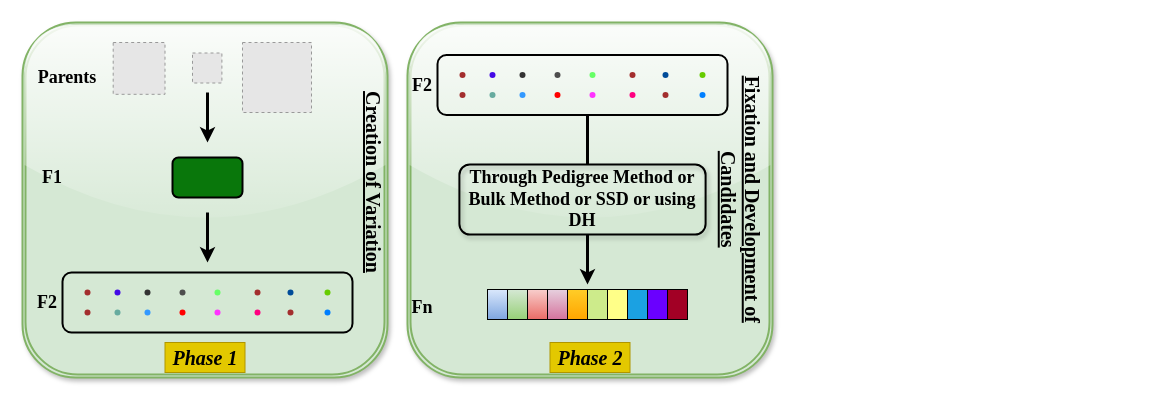
ravindra2859/Figure_Poster keeps this draw.io diagram as vit_presentation.drawio. Above is the earlier version. Source tidied: cells renumbered, new cells numbered last; positions are measured from the earlier drawing's top-left corner, leaving out a move shared by most shapes. Both pictures are drawn from the tidied source at 100%, with x=0, y=0 at pixel (22, 22). Pictures stored in the file or linked from it are replaced by grey dashed boxes.
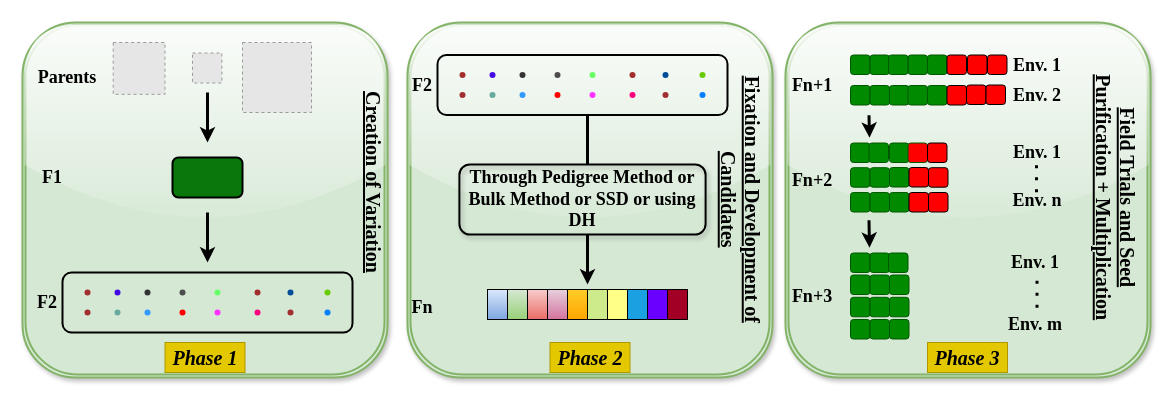
The same page after the edit.

Diff of the diagram source:
```diff
@@
+    <mxCell id="66" style="shape=ext;double=1;rounded=1;whiteSpace=wrap;html=1;strokeWidth=2;strokeColor=#82b366;glass=1;fillColor=#d5e8d4;shadow=1;" parent="1" vertex="1">
+      <mxGeometry x="763" width="365" height="355" as="geometry" />
+    </mxCell>
+    <mxCell id="67" value="&lt;font face=&quot;Times New Roman&quot;&gt;&lt;span style=&quot;font-size: 20px;&quot;&gt;&lt;b&gt;&lt;u&gt;Field Trials and Seed Purification + Multiplication&lt;/u&gt;&lt;/b&gt;&lt;/span&gt;&lt;/font&gt;" style="text;html=1;strokeColor=none;fillColor=none;align=center;verticalAlign=middle;whiteSpace=wrap;rounded=0;rotation=90;" parent="1" vertex="1">
+      <mxGeometry x="965" y="160" width="257.5" height="30" as="geometry" />
+    </mxCell>
+    <mxCell id="68" value="&lt;font style=&quot;font-size: 20px;&quot; face=&quot;Times New Roman&quot;&gt;&lt;b&gt;&lt;i&gt;Phase 3&lt;/i&gt;&lt;/b&gt;&lt;/font&gt;" style="text;html=1;strokeColor=#B09500;fillColor=#e3c800;align=center;verticalAlign=middle;whiteSpace=wrap;rounded=0;rotation=0;strokeWidth=1;fontColor=#000000;" parent="1" vertex="1">
+      <mxGeometry x="905" y="320" width="80" height="30" as="geometry" />
+    </mxCell>
+    <mxCell id="69" style="whiteSpace=wrap;html=1;rounded=1;fillColor=#008a00;fontColor=#ffffff;strokeColor=#005700;" parent="1" vertex="1">
+      <mxGeometry x="828" y="32.5" width="19.5" height="19.5" as="geometry" />
+    </mxCell>
+    <mxCell id="70" style="whiteSpace=wrap;html=1;rounded=1;fillColor=#008a00;fontColor=#ffffff;strokeColor=#005700;" parent="1" vertex="1">
+      <mxGeometry x="847.5" y="32.5" width="19.5" height="19.5" as="geometry" />
+    </mxCell>
+    <mxCell id="71" style="whiteSpace=wrap;html=1;rounded=1;fillColor=#008a00;fontColor=#ffffff;strokeColor=#005700;" parent="1" vertex="1">
+      <mxGeometry x="885.5" y="32.5" width="19.5" height="19.5" as="geometry" />
+    </mxCell>
+    <mxCell id="72" style="whiteSpace=wrap;html=1;rounded=1;fillColor=#008a00;fontColor=#ffffff;strokeColor=#005700;" parent="1" vertex="1">
+      <mxGeometry x="905" y="32.5" width="19.5" height="19.5" as="geometry" />
+    </mxCell>
+    <mxCell id="73" style="whiteSpace=wrap;html=1;rounded=1;fillColor=#FF0000;" parent="1" vertex="1">
+      <mxGeometry x="924.5" y="32.5" width="19.5" height="19.5" as="geometry" />
+    </mxCell>
+    <mxCell id="74" style="whiteSpace=wrap;html=1;rounded=1;fillColor=#FF0000;" parent="1" vertex="1">
+      <mxGeometry x="945" y="32.5" width="19.5" height="19.5" as="geometry" />
+    </mxCell>
+    <mxCell id="75" style="whiteSpace=wrap;html=1;rounded=1;fillColor=#FF0000;" parent="1" vertex="1">
+      <mxGeometry x="965" y="32.5" width="19.5" height="19.5" as="geometry" />
+    </mxCell>
+    <mxCell id="76" style="whiteSpace=wrap;html=1;rounded=1;fillColor=#008a00;fontColor=#ffffff;strokeColor=#005700;" parent="1" vertex="1">
+      <mxGeometry x="866" y="32.5" width="19.5" height="19.5" as="geometry" />
+    </mxCell>
+    <mxCell id="77" style="whiteSpace=wrap;html=1;rounded=1;fillColor=#008a00;fontColor=#ffffff;strokeColor=#005700;" parent="1" vertex="1">
+      <mxGeometry x="828" y="63" width="19.5" height="19.5" as="geometry" />
+    </mxCell>
+    <mxCell id="78" style="whiteSpace=wrap;html=1;rounded=1;fillColor=#008a00;fontColor=#ffffff;strokeColor=#005700;" parent="1" vertex="1">
+      <mxGeometry x="847.5" y="63" width="19.5" height="19.5" as="geometry" />
+    </mxCell>
+    <mxCell id="79" style="whiteSpace=wrap;html=1;rounded=1;fillColor=#008a00;fontColor=#ffffff;strokeColor=#005700;" parent="1" vertex="1">
+      <mxGeometry x="867" y="63" width="19.5" height="19.5" as="geometry" />
+    </mxCell>
+    <mxCell id="80" style="whiteSpace=wrap;html=1;rounded=1;fillColor=#008a00;fontColor=#ffffff;strokeColor=#005700;" parent="1" vertex="1">
+      <mxGeometry x="885.5" y="63" width="19.5" height="19.5" as="geometry" />
+    </mxCell>
+    <mxCell id="81" style="whiteSpace=wrap;html=1;rounded=1;fillColor=#008a00;fontColor=#ffffff;strokeColor=#005700;" parent="1" vertex="1">
+      <mxGeometry x="905" y="63" width="19.5" height="19.5" as="geometry" />
+    </mxCell>
+    <mxCell id="82" style="whiteSpace=wrap;html=1;rounded=1;fillColor=#FF0000;" parent="1" vertex="1">
+      <mxGeometry x="924.5" y="63" width="19.5" height="19.5" as="geometry" />
+    </mxCell>
+    <mxCell id="83" style="whiteSpace=wrap;html=1;rounded=1;fillColor=#FF0000;" parent="1" vertex="1">
+      <mxGeometry x="944" y="62.5" width="19.5" height="19.5" as="geometry" />
+    </mxCell>
+    <mxCell id="84" style="whiteSpace=wrap;html=1;rounded=1;fillColor=#FF0000;" parent="1" vertex="1">
+      <mxGeometry x="963.5" y="62.5" width="19.5" height="19.5" as="geometry" />
+    </mxCell>
+    <mxCell id="85" style="whiteSpace=wrap;html=1;rounded=1;fillColor=#008a00;fontColor=#ffffff;strokeColor=#005700;" parent="1" vertex="1">
+      <mxGeometry x="828" y="120.5" width="19.5" height="19.5" as="geometry" />
+    </mxCell>
+    <mxCell id="86" style="whiteSpace=wrap;html=1;rounded=1;fillColor=#008a00;fontColor=#ffffff;strokeColor=#005700;" parent="1" vertex="1">
+      <mxGeometry x="846.5" y="120.5" width="19.5" height="19.5" as="geometry" />
+    </mxCell>
+    <mxCell id="87" style="whiteSpace=wrap;html=1;rounded=1;fillColor=#008a00;fontColor=#ffffff;strokeColor=#005700;" parent="1" vertex="1">
+      <mxGeometry x="867" y="120.5" width="19.5" height="19.5" as="geometry" />
+    </mxCell>
+    <mxCell id="88" style="whiteSpace=wrap;html=1;rounded=1;fillColor=#FF0000;fontColor=#ffffff;strokeColor=#005700;" parent="1" vertex="1">
+      <mxGeometry x="885.5" y="120.5" width="19.5" height="19.5" as="geometry" />
+    </mxCell>
+    <mxCell id="89" style="whiteSpace=wrap;html=1;rounded=1;fillColor=#FF0000;" parent="1" vertex="1">
+      <mxGeometry x="905" y="120.5" width="19.5" height="19.5" as="geometry" />
+    </mxCell>
+    <mxCell id="90" style="whiteSpace=wrap;html=1;rounded=1;fillColor=#008a00;fontColor=#ffffff;strokeColor=#005700;" parent="1" vertex="1">
+      <mxGeometry x="828" y="145.2" width="19.5" height="19.5" as="geometry" />
+    </mxCell>
+    <mxCell id="91" style="whiteSpace=wrap;html=1;rounded=1;fillColor=#008a00;fontColor=#ffffff;strokeColor=#005700;" parent="1" vertex="1">
+      <mxGeometry x="847.5" y="145.2" width="19.5" height="19.5" as="geometry" />
+    </mxCell>
+    <mxCell id="92" style="whiteSpace=wrap;html=1;rounded=1;fillColor=#008a00;fontColor=#ffffff;strokeColor=#005700;" parent="1" vertex="1">
+      <mxGeometry x="867" y="145" width="19.5" height="19.5" as="geometry" />
+    </mxCell>
+    <mxCell id="93" style="whiteSpace=wrap;html=1;rounded=1;fillColor=#FF0000;" parent="1" vertex="1">
+      <mxGeometry x="886.5" y="145" width="19.5" height="19.5" as="geometry" />
+    </mxCell>
+    <mxCell id="94" style="whiteSpace=wrap;html=1;rounded=1;fillColor=#FF0000;" parent="1" vertex="1">
+      <mxGeometry x="906" y="145.2" width="19.5" height="19.5" as="geometry" />
+    </mxCell>
+    <mxCell id="95" style="whiteSpace=wrap;html=1;rounded=1;fillColor=#008a00;fontColor=#ffffff;strokeColor=#005700;" parent="1" vertex="1">
+      <mxGeometry x="828" y="170" width="19.5" height="19.5" as="geometry" />
+    </mxCell>
+    <mxCell id="96" style="whiteSpace=wrap;html=1;rounded=1;fillColor=#008a00;fontColor=#ffffff;strokeColor=#005700;" parent="1" vertex="1">
+      <mxGeometry x="847.5" y="170" width="19.5" height="19.5" as="geometry" />
+    </mxCell>
+    <mxCell id="97" style="whiteSpace=wrap;html=1;rounded=1;fillColor=#008a00;fontColor=#ffffff;strokeColor=#005700;" parent="1" vertex="1">
+      <mxGeometry x="867" y="170" width="19.5" height="19.5" as="geometry" />
+    </mxCell>
+    <mxCell id="98" style="whiteSpace=wrap;html=1;rounded=1;fillColor=#FF0000;" parent="1" vertex="1">
+      <mxGeometry x="886.5" y="170" width="19.5" height="19.5" as="geometry" />
+    </mxCell>
+    <mxCell id="99" style="whiteSpace=wrap;html=1;rounded=1;fillColor=#FF0000;" parent="1" vertex="1">
+      <mxGeometry x="906" y="170" width="19.5" height="19.5" as="geometry" />
+    </mxCell>
+    <mxCell id="100" style="whiteSpace=wrap;html=1;rounded=1;fillColor=#008a00;fontColor=#ffffff;strokeColor=#005700;" parent="1" vertex="1">
+      <mxGeometry x="828" y="230.5" width="19.5" height="19.5" as="geometry" />
+    </mxCell>
+    <mxCell id="101" style="whiteSpace=wrap;html=1;rounded=1;fillColor=#008a00;fontColor=#ffffff;strokeColor=#005700;" parent="1" vertex="1">
+      <mxGeometry x="847.5" y="230.5" width="19.5" height="19.5" as="geometry" />
+    </mxCell>
+    <mxCell id="102" style="whiteSpace=wrap;html=1;rounded=1;fillColor=#008a00;fontColor=#ffffff;strokeColor=#005700;" parent="1" vertex="1">
+      <mxGeometry x="866" y="230.5" width="19.5" height="19.5" as="geometry" />
+    </mxCell>
+    <mxCell id="103" style="whiteSpace=wrap;html=1;rounded=1;fillColor=#008a00;fontColor=#ffffff;strokeColor=#005700;" parent="1" vertex="1">
+      <mxGeometry x="828" y="252.5" width="19.5" height="19.5" as="geometry" />
+    </mxCell>
+    <mxCell id="104" style="whiteSpace=wrap;html=1;rounded=1;fillColor=#008a00;fontColor=#ffffff;strokeColor=#005700;" parent="1" vertex="1">
+      <mxGeometry x="847.5" y="252.5" width="19.5" height="19.5" as="geometry" />
+    </mxCell>
+    <mxCell id="105" style="whiteSpace=wrap;html=1;rounded=1;fillColor=#008a00;fontColor=#ffffff;strokeColor=#005700;" parent="1" vertex="1">
+      <mxGeometry x="867" y="252.5" width="19.5" height="19.5" as="geometry" />
+    </mxCell>
+    <mxCell id="106" style="whiteSpace=wrap;html=1;rounded=1;fillColor=#008a00;fontColor=#ffffff;strokeColor=#005700;" parent="1" vertex="1">
+      <mxGeometry x="828" y="274.8" width="19.5" height="19.5" as="geometry" />
+    </mxCell>
+    <mxCell id="107" style="whiteSpace=wrap;html=1;rounded=1;fillColor=#008a00;fontColor=#ffffff;strokeColor=#005700;" parent="1" vertex="1">
+      <mxGeometry x="847.5" y="274.8" width="19.5" height="19.5" as="geometry" />
+    </mxCell>
+    <mxCell id="108" style="whiteSpace=wrap;html=1;rounded=1;fillColor=#008a00;fontColor=#ffffff;strokeColor=#005700;" parent="1" vertex="1">
+      <mxGeometry x="867" y="274.8" width="19.5" height="19.5" as="geometry" />
+    </mxCell>
+    <mxCell id="109" style="whiteSpace=wrap;html=1;rounded=1;fillColor=#008a00;fontColor=#ffffff;strokeColor=#005700;" parent="1" vertex="1">
+      <mxGeometry x="828" y="297" width="19.5" height="19.5" as="geometry" />
+    </mxCell>
+    <mxCell id="110" style="whiteSpace=wrap;html=1;rounded=1;fillColor=#008a00;fontColor=#ffffff;strokeColor=#005700;" parent="1" vertex="1">
+      <mxGeometry x="847.5" y="297" width="19.5" height="19.5" as="geometry" />
+    </mxCell>
+    <mxCell id="111" style="whiteSpace=wrap;html=1;rounded=1;fillColor=#008a00;fontColor=#ffffff;strokeColor=#005700;" parent="1" vertex="1">
+      <mxGeometry x="867" y="297" width="19.5" height="19.5" as="geometry" />
+    </mxCell>
+    <mxCell id="112" value="&lt;font style=&quot;font-size: 18px;&quot; face=&quot;Times New Roman&quot;&gt;&lt;b&gt;Env. 1&lt;/b&gt;&lt;/font&gt;" style="text;html=1;strokeColor=none;fillColor=none;align=center;verticalAlign=middle;whiteSpace=wrap;rounded=0;" parent="1" vertex="1">
+      <mxGeometry x="985" y="27.5" width="60" height="30" as="geometry" />
+    </mxCell>
+    <mxCell id="113" value="&lt;font style=&quot;font-size: 18px;&quot; face=&quot;Times New Roman&quot;&gt;&lt;b&gt;Env. 2&lt;/b&gt;&lt;/font&gt;" style="text;html=1;strokeColor=none;fillColor=none;align=center;verticalAlign=middle;whiteSpace=wrap;rounded=0;" parent="1" vertex="1">
+      <mxGeometry x="984.5" y="57.5" width="60" height="30" as="geometry" />
+    </mxCell>
+    <mxCell id="114" value="&lt;font style=&quot;font-size: 18px;&quot; face=&quot;Times New Roman&quot;&gt;&lt;b&gt;Env. 1&lt;/b&gt;&lt;/font&gt;" style="text;html=1;strokeColor=none;fillColor=none;align=center;verticalAlign=middle;whiteSpace=wrap;rounded=0;" parent="1" vertex="1">
+      <mxGeometry x="985" y="115.2" width="60" height="30" as="geometry" />
+    </mxCell>
+    <mxCell id="115" value="&lt;font style=&quot;font-size: 18px;&quot; face=&quot;Times New Roman&quot;&gt;&lt;b&gt;Env. n&lt;/b&gt;&lt;/font&gt;" style="text;html=1;strokeColor=none;fillColor=none;align=center;verticalAlign=middle;whiteSpace=wrap;rounded=0;" parent="1" vertex="1">
+      <mxGeometry x="985" y="162.5" width="60" height="30" as="geometry" />
+    </mxCell>
+    <mxCell id="116" style="endArrow=none;dashed=1;html=1;dashPattern=1 3;strokeWidth=3;rounded=0;" parent="1" edge="1">
+      <mxGeometry relative="1" as="geometry">
+        <mxPoint x="1014.5" y="285.2" as="sourcePoint" />
+        <mxPoint x="1014.5" y="255.2" as="targetPoint" />
+      </mxGeometry>
+    </mxCell>
+    <mxCell id="117" value="&lt;font style=&quot;font-size: 18px;&quot; face=&quot;Times New Roman&quot;&gt;&lt;b&gt;Env. 1&lt;/b&gt;&lt;/font&gt;" style="text;html=1;strokeColor=none;fillColor=none;align=center;verticalAlign=middle;whiteSpace=wrap;rounded=0;" parent="1" vertex="1">
+      <mxGeometry x="983" y="225.2" width="60" height="30" as="geometry" />
+    </mxCell>
+    <mxCell id="118" value="&lt;font style=&quot;font-size: 18px;&quot; face=&quot;Times New Roman&quot;&gt;&lt;b&gt;Env. m&lt;/b&gt;&lt;/font&gt;" style="text;html=1;strokeColor=none;fillColor=none;align=center;verticalAlign=middle;whiteSpace=wrap;rounded=0;" parent="1" vertex="1">
+      <mxGeometry x="983" y="286.5" width="60" height="30" as="geometry" />
+    </mxCell>
+    <mxCell id="119" style="endArrow=none;dashed=1;html=1;dashPattern=1 3;strokeWidth=3;rounded=0;" parent="1" edge="1">
+      <mxGeometry relative="1" as="geometry">
+        <mxPoint x="1014" y="169.8" as="sourcePoint" />
+        <mxPoint x="1014" y="139.8" as="targetPoint" />
+      </mxGeometry>
+    </mxCell>
+    <mxCell id="120" style="endArrow=classic;html=1;rounded=0;strokeWidth=3;" parent="1" edge="1">
+      <mxGeometry relative="1" as="geometry">
+        <mxPoint x="846.5" y="92.8" as="sourcePoint" />
+        <mxPoint x="847" y="115.2" as="targetPoint" />
+      </mxGeometry>
+    </mxCell>
+    <mxCell id="121" style="endArrow=classic;html=1;rounded=0;strokeWidth=3;" parent="1" edge="1">
+      <mxGeometry relative="1" as="geometry">
+        <mxPoint x="846.5" y="197.8" as="sourcePoint" />
+        <mxPoint x="847" y="225.2" as="targetPoint" />
+      </mxGeometry>
+    </mxCell>
+    <mxCell id="122" value="&lt;font style=&quot;font-size: 18px;&quot; face=&quot;Times New Roman&quot;&gt;&lt;b&gt;Fn+1&lt;/b&gt;&lt;/font&gt;" style="text;html=1;strokeColor=none;fillColor=none;align=center;verticalAlign=middle;whiteSpace=wrap;rounded=0;" parent="1" vertex="1">
+      <mxGeometry x="775" y="50" width="30" height="25" as="geometry" />
+    </mxCell>
+    <mxCell id="123" value="&lt;font style=&quot;font-size: 18px;&quot; face=&quot;Times New Roman&quot;&gt;&lt;b&gt;Fn+2&lt;/b&gt;&lt;/font&gt;" style="text;html=1;strokeColor=none;fillColor=none;align=center;verticalAlign=middle;whiteSpace=wrap;rounded=0;" parent="1" vertex="1">
+      <mxGeometry x="775" y="145" width="30" height="25" as="geometry" />
+    </mxCell>
+    <mxCell id="124" value="&lt;font style=&quot;font-size: 18px;&quot; face=&quot;Times New Roman&quot;&gt;&lt;b&gt;Fn+3&lt;/b&gt;&lt;/font&gt;" style="text;html=1;strokeColor=none;fillColor=none;align=center;verticalAlign=middle;whiteSpace=wrap;rounded=0;" parent="1" vertex="1">
+      <mxGeometry x="775" y="261.5" width="30" height="25" as="geometry" />
+    </mxCell>
```
